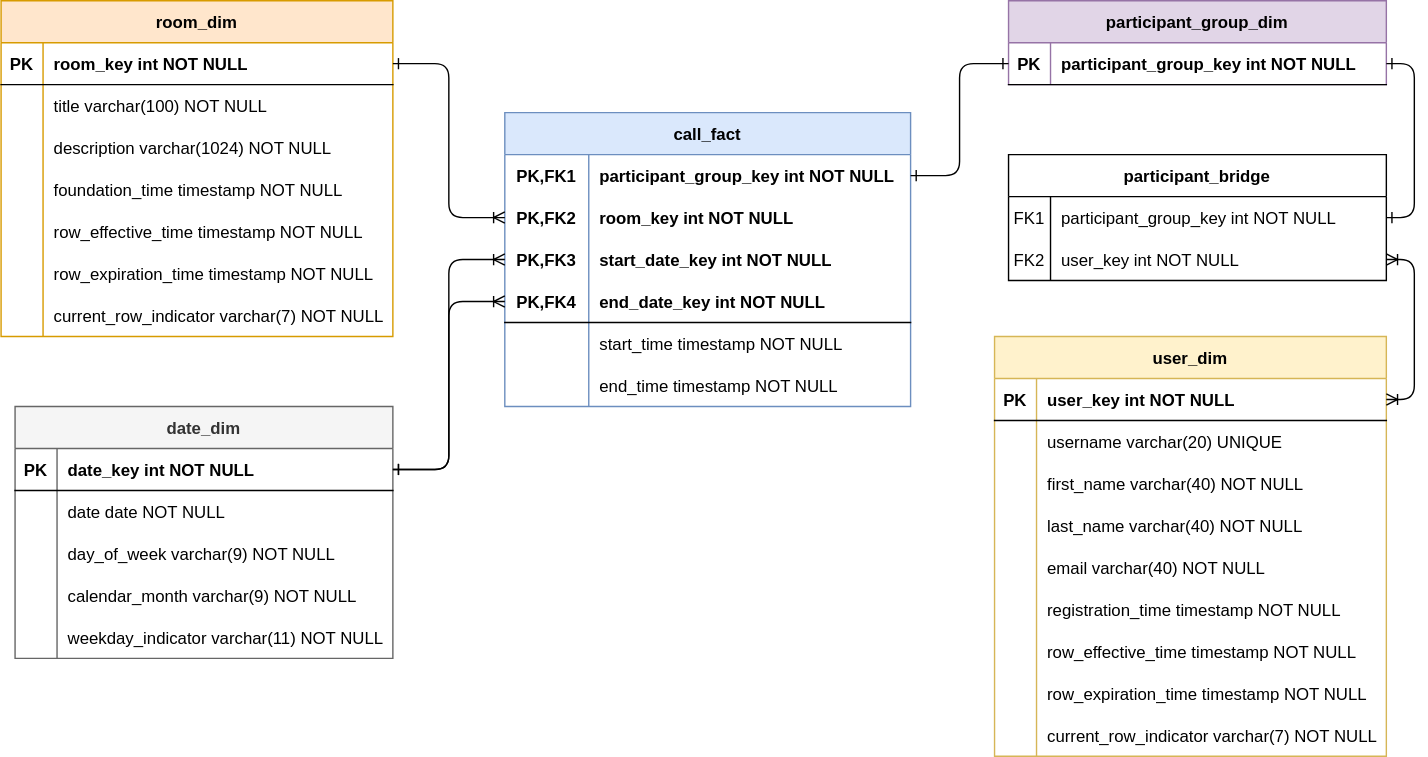
The draw.io diagram streaming-etl/services/dwh/data-modeling/dwh.drawio.svg in Beaglefoot/streaming-etl, before a commit. Source tidied: cells renumbered, new cells last; positions are measured from the earlier drawing's top-left corner, leaving out a move shared by most shapes.
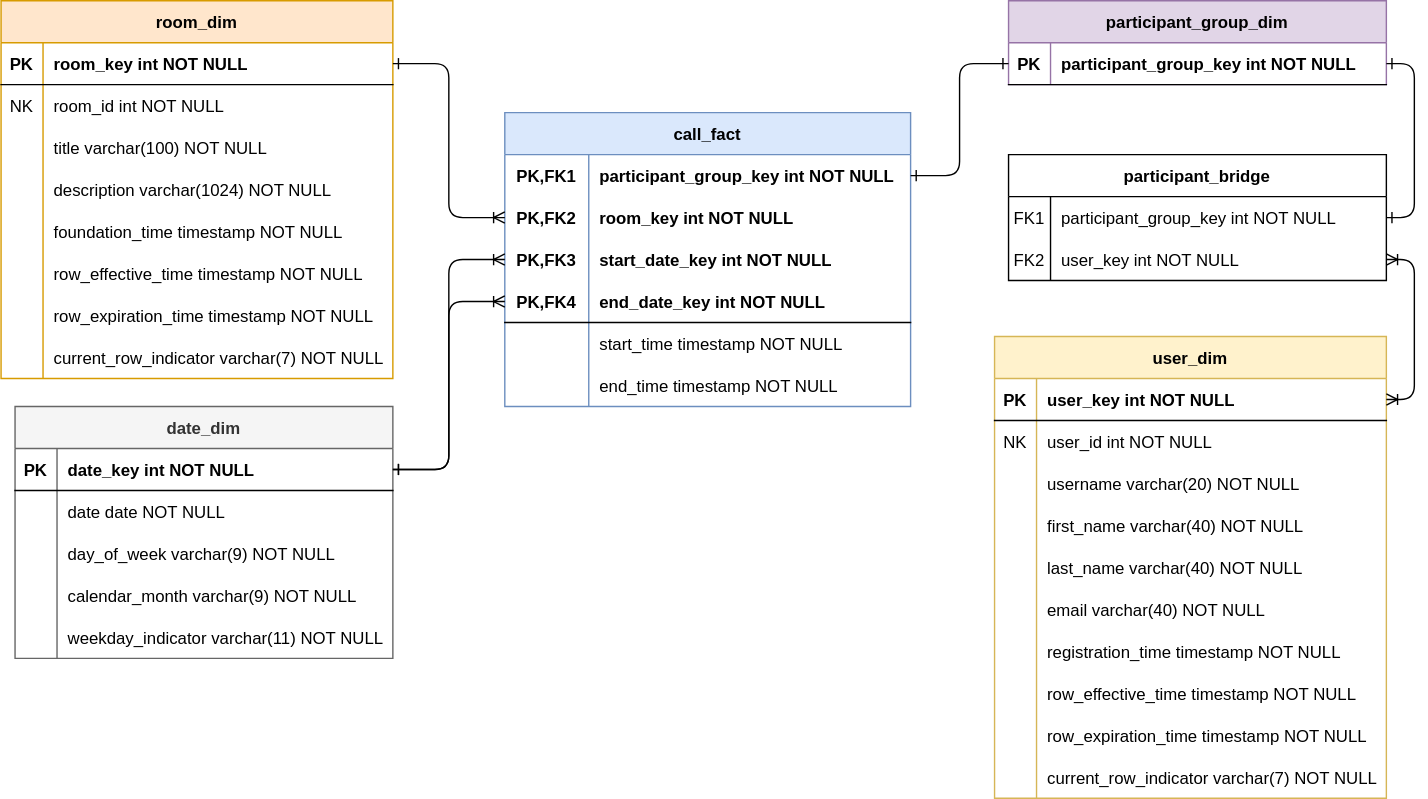
Later version of the same file.

Diff of the diagram source:
```diff
@@ -72,7 +72,7 @@
       <mxGeometry x="30" width="240" height="30" as="geometry" />
     </mxCell>
     <mxCell id="25" value="room_dim" style="shape=table;startSize=30;rowLines=0;fontStyle=1;align=center;fillColor=#ffe6cc;strokeColor=#d79b00;" parent="1" vertex="1">
-      <mxGeometry width="280" height="240" as="geometry" />
+      <mxGeometry width="280" height="270" as="geometry" />
     </mxCell>
     <mxCell id="26" style="shape=tableRow;horizontal=0;startSize=0;swimlaneHead=0;swimlaneBody=0;fillColor=none;points=[[0,0.5],[1,0.5]];portConstraint=eastwest;top=0;left=0;right=0;bottom=1;" parent="25" vertex="1">
       <mxGeometry y="30" width="280" height="30" as="geometry" />
@@ -86,14 +86,23 @@
     <mxCell id="29" style="shape=tableRow;horizontal=0;startSize=0;swimlaneHead=0;swimlaneBody=0;fillColor=none;top=0;left=0;right=0;bottom=0;" parent="25" vertex="1">
       <mxGeometry y="60" width="280" height="30" as="geometry" />
     </mxCell>
-    <mxCell id="30" style="shape=partialRectangle;fillColor=none;top=0;left=0;bottom=0;right=0;overflow=hidden;" parent="29" vertex="1">
+    <mxCell id="30" value="NK" style="shape=partialRectangle;fillColor=none;top=0;left=0;bottom=0;right=0;overflow=hidden;" parent="29" vertex="1">
       <mxGeometry width="30" height="30" as="geometry" />
     </mxCell>
-    <mxCell id="31" value="title varchar(100) NOT NULL" style="shape=partialRectangle;fillColor=none;top=0;left=0;bottom=0;right=0;align=left;spacingLeft=6;overflow=hidden;" parent="29" vertex="1">
+    <mxCell id="31" value="room_id int NOT NULL" style="shape=partialRectangle;fillColor=none;top=0;left=0;bottom=0;right=0;align=left;spacingLeft=6;overflow=hidden;fontStyle=0;" parent="29" vertex="1">
       <mxGeometry x="30" width="250" height="30" as="geometry" />
     </mxCell>
+    <mxCell id="104" style="shape=tableRow;horizontal=0;startSize=0;swimlaneHead=0;swimlaneBody=0;fillColor=none;top=0;left=0;right=0;bottom=0;" parent="25" vertex="1">
+      <mxGeometry y="90" width="280" height="30" as="geometry" />
+    </mxCell>
+    <mxCell id="105" style="shape=partialRectangle;fillColor=none;top=0;left=0;bottom=0;right=0;overflow=hidden;" parent="104" vertex="1">
+      <mxGeometry width="30" height="30" as="geometry" />
+    </mxCell>
+    <mxCell id="106" value="title varchar(100) NOT NULL" style="shape=partialRectangle;fillColor=none;top=0;left=0;bottom=0;right=0;align=left;spacingLeft=6;overflow=hidden;" parent="104" vertex="1">
+      <mxGeometry x="30" width="250" height="30" as="geometry" />
+    </mxCell>
     <mxCell id="32" style="shape=tableRow;horizontal=0;startSize=0;swimlaneHead=0;swimlaneBody=0;fillColor=none;top=0;left=0;right=0;bottom=0;" parent="25" vertex="1">
-      <mxGeometry y="90" width="280" height="30" as="geometry" />
+      <mxGeometry y="120" width="280" height="30" as="geometry" />
     </mxCell>
     <mxCell id="33" style="shape=partialRectangle;fillColor=none;top=0;left=0;bottom=0;right=0;overflow=hidden;" parent="32" vertex="1">
       <mxGeometry width="30" height="30" as="geometry" />
@@ -102,7 +111,7 @@
       <mxGeometry x="30" width="250" height="30" as="geometry" />
     </mxCell>
     <mxCell id="35" style="shape=tableRow;horizontal=0;startSize=0;swimlaneHead=0;swimlaneBody=0;fillColor=none;top=0;left=0;right=0;bottom=0;" parent="25" vertex="1">
-      <mxGeometry y="120" width="280" height="30" as="geometry" />
+      <mxGeometry y="150" width="280" height="30" as="geometry" />
     </mxCell>
     <mxCell id="36" style="shape=partialRectangle;fillColor=none;top=0;left=0;bottom=0;right=0;overflow=hidden;" parent="35" vertex="1">
       <mxGeometry width="30" height="30" as="geometry" />
@@ -111,7 +120,7 @@
       <mxGeometry x="30" width="250" height="30" as="geometry" />
     </mxCell>
     <mxCell id="38" style="shape=tableRow;horizontal=0;startSize=0;swimlaneHead=0;swimlaneBody=0;fillColor=none;top=0;left=0;right=0;bottom=0;" parent="25" vertex="1">
-      <mxGeometry y="150" width="280" height="30" as="geometry" />
+      <mxGeometry y="180" width="280" height="30" as="geometry" />
     </mxCell>
     <mxCell id="39" style="shape=partialRectangle;fillColor=none;top=0;left=0;bottom=0;right=0;overflow=hidden;" parent="38" vertex="1">
       <mxGeometry width="30" height="30" as="geometry" />
@@ -120,7 +129,7 @@
       <mxGeometry x="30" width="250" height="30" as="geometry" />
     </mxCell>
     <mxCell id="41" style="shape=tableRow;horizontal=0;startSize=0;swimlaneHead=0;swimlaneBody=0;fillColor=none;top=0;left=0;right=0;bottom=0;" parent="25" vertex="1">
-      <mxGeometry y="180" width="280" height="30" as="geometry" />
+      <mxGeometry y="210" width="280" height="30" as="geometry" />
     </mxCell>
     <mxCell id="42" style="shape=partialRectangle;fillColor=none;top=0;left=0;bottom=0;right=0;overflow=hidden;" parent="41" vertex="1">
       <mxGeometry width="30" height="30" as="geometry" />
@@ -129,7 +138,7 @@
       <mxGeometry x="30" width="250" height="30" as="geometry" />
     </mxCell>
     <mxCell id="44" style="shape=tableRow;horizontal=0;startSize=0;swimlaneHead=0;swimlaneBody=0;fillColor=none;top=0;left=0;right=0;bottom=0;" parent="25" vertex="1">
-      <mxGeometry y="210" width="280" height="30" as="geometry" />
+      <mxGeometry y="240" width="280" height="30" as="geometry" />
     </mxCell>
     <mxCell id="45" style="shape=partialRectangle;fillColor=none;top=0;left=0;bottom=0;right=0;overflow=hidden;" parent="44" vertex="1">
       <mxGeometry width="30" height="30" as="geometry" />
@@ -186,7 +195,7 @@
       <mxGeometry x="30" width="240" height="30" as="geometry" />
     </mxCell>
     <mxCell id="63" value="user_dim" style="shape=table;startSize=30;rowLines=0;fontStyle=1;align=center;fillColor=#fff2cc;strokeColor=#d6b656;" parent="1" vertex="1">
-      <mxGeometry x="710" y="240" width="280" height="300" as="geometry" />
+      <mxGeometry x="710" y="240" width="280" height="330" as="geometry" />
     </mxCell>
     <mxCell id="64" style="shape=tableRow;horizontal=0;startSize=0;swimlaneHead=0;swimlaneBody=0;fillColor=none;points=[[0,0.5],[1,0.5]];portConstraint=eastwest;top=0;left=0;right=0;bottom=1;" parent="63" vertex="1">
       <mxGeometry y="30" width="280" height="30" as="geometry" />
@@ -200,14 +209,23 @@
     <mxCell id="67" style="shape=tableRow;horizontal=0;startSize=0;swimlaneHead=0;swimlaneBody=0;fillColor=none;top=0;left=0;right=0;bottom=0;" parent="63" vertex="1">
       <mxGeometry y="60" width="280" height="30" as="geometry" />
     </mxCell>
-    <mxCell id="68" style="shape=partialRectangle;fillColor=none;top=0;left=0;bottom=0;right=0;overflow=hidden;" parent="67" vertex="1">
+    <mxCell id="68" value="NK" style="shape=partialRectangle;fillColor=none;top=0;left=0;bottom=0;right=0;overflow=hidden;" parent="67" vertex="1">
       <mxGeometry width="30" height="30" as="geometry" />
     </mxCell>
-    <mxCell id="69" value="username varchar(20) UNIQUE" style="shape=partialRectangle;fillColor=none;top=0;left=0;bottom=0;right=0;align=left;spacingLeft=6;overflow=hidden;" parent="67" vertex="1">
+    <mxCell id="69" value="user_id int NOT NULL" style="shape=partialRectangle;fillColor=none;top=0;left=0;bottom=0;right=0;align=left;spacingLeft=6;overflow=hidden;fontStyle=0;" parent="67" vertex="1">
       <mxGeometry x="30" width="250" height="30" as="geometry" />
     </mxCell>
+    <mxCell id="107" style="shape=tableRow;horizontal=0;startSize=0;swimlaneHead=0;swimlaneBody=0;fillColor=none;top=0;left=0;right=0;bottom=0;" parent="63" vertex="1">
+      <mxGeometry y="90" width="280" height="30" as="geometry" />
+    </mxCell>
+    <mxCell id="108" style="shape=partialRectangle;fillColor=none;top=0;left=0;bottom=0;right=0;overflow=hidden;" parent="107" vertex="1">
+      <mxGeometry width="30" height="30" as="geometry" />
+    </mxCell>
+    <mxCell id="109" value="username varchar(20) NOT NULL" style="shape=partialRectangle;fillColor=none;top=0;left=0;bottom=0;right=0;align=left;spacingLeft=6;overflow=hidden;" parent="107" vertex="1">
+      <mxGeometry x="30" width="250" height="30" as="geometry" />
+    </mxCell>
     <mxCell id="70" style="shape=tableRow;horizontal=0;startSize=0;swimlaneHead=0;swimlaneBody=0;fillColor=none;top=0;left=0;right=0;bottom=0;" parent="63" vertex="1">
-      <mxGeometry y="90" width="280" height="30" as="geometry" />
+      <mxGeometry y="120" width="280" height="30" as="geometry" />
     </mxCell>
     <mxCell id="71" style="shape=partialRectangle;fillColor=none;top=0;left=0;bottom=0;right=0;overflow=hidden;" parent="70" vertex="1">
       <mxGeometry width="30" height="30" as="geometry" />
@@ -216,7 +234,7 @@
       <mxGeometry x="30" width="250" height="30" as="geometry" />
     </mxCell>
     <mxCell id="73" style="shape=tableRow;horizontal=0;startSize=0;swimlaneHead=0;swimlaneBody=0;fillColor=none;top=0;left=0;right=0;bottom=0;" parent="63" vertex="1">
-      <mxGeometry y="120" width="280" height="30" as="geometry" />
+      <mxGeometry y="150" width="280" height="30" as="geometry" />
     </mxCell>
     <mxCell id="74" style="shape=partialRectangle;fillColor=none;top=0;left=0;bottom=0;right=0;overflow=hidden;" parent="73" vertex="1">
       <mxGeometry width="30" height="30" as="geometry" />
@@ -225,7 +243,7 @@
       <mxGeometry x="30" width="250" height="30" as="geometry" />
     </mxCell>
     <mxCell id="76" style="shape=tableRow;horizontal=0;startSize=0;swimlaneHead=0;swimlaneBody=0;fillColor=none;top=0;left=0;right=0;bottom=0;" parent="63" vertex="1">
-      <mxGeometry y="150" width="280" height="30" as="geometry" />
+      <mxGeometry y="180" width="280" height="30" as="geometry" />
     </mxCell>
     <mxCell id="77" style="shape=partialRectangle;fillColor=none;top=0;left=0;bottom=0;right=0;overflow=hidden;" parent="76" vertex="1">
       <mxGeometry width="30" height="30" as="geometry" />
@@ -234,7 +252,7 @@
       <mxGeometry x="30" width="250" height="30" as="geometry" />
     </mxCell>
     <mxCell id="79" style="shape=tableRow;horizontal=0;startSize=0;swimlaneHead=0;swimlaneBody=0;fillColor=none;top=0;left=0;right=0;bottom=0;" parent="63" vertex="1">
-      <mxGeometry y="180" width="280" height="30" as="geometry" />
+      <mxGeometry y="210" width="280" height="30" as="geometry" />
     </mxCell>
     <mxCell id="80" style="shape=partialRectangle;fillColor=none;top=0;left=0;bottom=0;right=0;overflow=hidden;" parent="79" vertex="1">
       <mxGeometry width="30" height="30" as="geometry" />
@@ -243,7 +261,7 @@
       <mxGeometry x="30" width="250" height="30" as="geometry" />
     </mxCell>
     <mxCell id="82" style="shape=tableRow;horizontal=0;startSize=0;swimlaneHead=0;swimlaneBody=0;fillColor=none;top=0;left=0;right=0;bottom=0;" parent="63" vertex="1">
-      <mxGeometry y="210" width="280" height="30" as="geometry" />
+      <mxGeometry y="240" width="280" height="30" as="geometry" />
     </mxCell>
     <mxCell id="83" style="shape=partialRectangle;fillColor=none;top=0;left=0;bottom=0;right=0;overflow=hidden;" parent="82" vertex="1">
       <mxGeometry width="30" height="30" as="geometry" />
@@ -252,7 +270,7 @@
       <mxGeometry x="30" width="250" height="30" as="geometry" />
     </mxCell>
     <mxCell id="85" style="shape=tableRow;horizontal=0;startSize=0;swimlaneHead=0;swimlaneBody=0;fillColor=none;top=0;left=0;right=0;bottom=0;" parent="63" vertex="1">
-      <mxGeometry y="240" width="280" height="30" as="geometry" />
+      <mxGeometry y="270" width="280" height="30" as="geometry" />
     </mxCell>
     <mxCell id="86" style="shape=partialRectangle;fillColor=none;top=0;left=0;bottom=0;right=0;overflow=hidden;" parent="85" vertex="1">
       <mxGeometry width="30" height="30" as="geometry" />
@@ -261,7 +279,7 @@
       <mxGeometry x="30" width="250" height="30" as="geometry" />
     </mxCell>
     <mxCell id="88" style="shape=tableRow;horizontal=0;startSize=0;swimlaneHead=0;swimlaneBody=0;fillColor=none;top=0;left=0;right=0;bottom=0;" parent="63" vertex="1">
-      <mxGeometry y="270" width="280" height="30" as="geometry" />
+      <mxGeometry y="300" width="280" height="30" as="geometry" />
     </mxCell>
     <mxCell id="89" style="shape=partialRectangle;fillColor=none;top=0;left=0;bottom=0;right=0;overflow=hidden;" parent="88" vertex="1">
       <mxGeometry width="30" height="30" as="geometry" />
```
